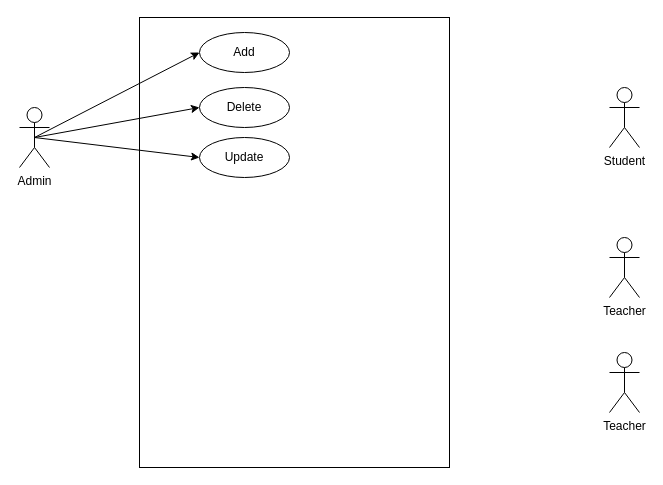
Above: page "Use-case" (2 of 2) of UML/class diagrame.drawio in abdelazizbardich/Application-de-gestion-d-ecole (draw.io), before the change. Source tidied: cells renumbered, new cells numbered last; positions are measured from the earlier drawing's top-left corner, leaving out a move shared by most shapes. Both pictures are drawn from the tidied source at 100%, with x=0, y=0 at pixel (19, 17).
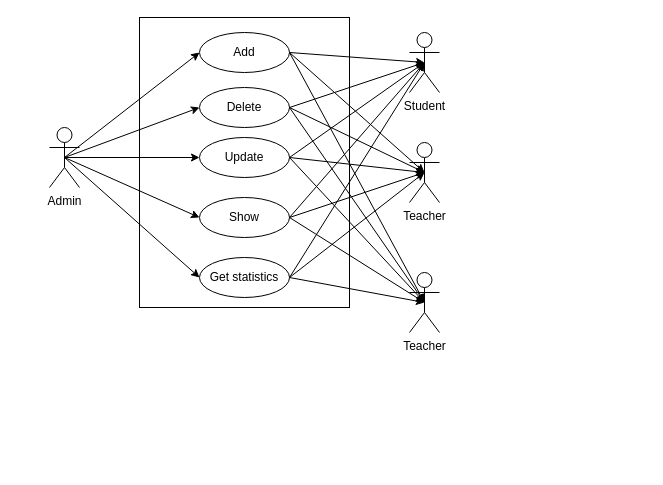
The same diagram, later.

Commit message:
use-case diagram

Unchanged cells that the change refers to:
```xml
<mxCell id="3" value="Add" style="ellipse;whiteSpace=wrap;html=1;" parent="1" vertex="1">
  <mxGeometry x="180" y="15" width="90" height="40" as="geometry" />
</mxCell>
<mxCell id="5" value="Delete" style="ellipse;whiteSpace=wrap;html=1;" parent="1" vertex="1">
  <mxGeometry x="180" y="70" width="90" height="40" as="geometry" />
</mxCell>
<mxCell id="6" value="Update" style="ellipse;whiteSpace=wrap;html=1;" parent="1" vertex="1">
  <mxGeometry x="180" y="120" width="90" height="40" as="geometry" />
</mxCell>
```

Diff of the diagram source:
```diff
@@
     <mxCell id="2" style="rounded=0;whiteSpace=wrap;html=1;fillColor=none;" parent="1" vertex="1">
-      <mxGeometry x="120" width="310" height="450" as="geometry" />
+      <mxGeometry x="120" width="210" height="290" as="geometry" />
     </mxCell>
@@
     <mxCell id="4" value="Admin" style="shape=umlActor;verticalLabelPosition=bottom;verticalAlign=top;html=1;" parent="1" vertex="1">
-      <mxGeometry y="90" width="30" height="60" as="geometry" />
+      <mxGeometry x="30" y="110" width="30" height="60" as="geometry" />
     </mxCell>
@@
-    <mxCell id="9" style="endArrow=classic;html=1;entryX=0;entryY=0.5;entryDx=0;entryDy=0;exitX=0.5;exitY=0.5;exitDx=0;exitDy=0;exitPerimeter=0;" parent="1" edge="1" source="4" target="6">
+    <mxCell id="9" style="endArrow=classic;html=1;entryX=0;entryY=0.5;entryDx=0;entryDy=0;exitX=0.5;exitY=0.5;exitDx=0;exitDy=0;exitPerimeter=0;" parent="1" edge="1" source="4" target="27">
       <mxGeometry relative="1" as="geometry" />
     </mxCell>
     <mxCell id="10" value="Student" style="shape=umlActor;verticalLabelPosition=bottom;verticalAlign=top;html=1;outlineConnect=0;fillColor=none;" parent="1" vertex="1">
-      <mxGeometry x="590" y="70" width="30" height="60" as="geometry" />
+      <mxGeometry x="390" y="15" width="30" height="60" as="geometry" />
     </mxCell>
     <mxCell id="11" value="Teacher" style="shape=umlActor;verticalLabelPosition=bottom;verticalAlign=top;html=1;outlineConnect=0;fillColor=none;" parent="1" vertex="1">
-      <mxGeometry x="590" y="220" width="30" height="60" as="geometry" />
+      <mxGeometry x="390" y="125" width="30" height="60" as="geometry" />
     </mxCell>
     <mxCell id="12" value="Teacher" style="shape=umlActor;verticalLabelPosition=bottom;verticalAlign=top;html=1;outlineConnect=0;fillColor=none;" parent="1" vertex="1">
-      <mxGeometry x="590" y="335" width="30" height="60" as="geometry" />
+      <mxGeometry x="390" y="255" width="30" height="60" as="geometry" />
     </mxCell>
+    <mxCell id="13" style="endArrow=classic;html=1;entryX=0.5;entryY=0.5;entryDx=0;entryDy=0;entryPerimeter=0;exitX=1;exitY=0.5;exitDx=0;exitDy=0;" parent="1" edge="1" source="3" target="10">
+      <mxGeometry relative="1" as="geometry" />
+    </mxCell>
+    <mxCell id="14" style="endArrow=classic;html=1;entryX=0.5;entryY=0.5;entryDx=0;entryDy=0;entryPerimeter=0;exitX=1;exitY=0.5;exitDx=0;exitDy=0;" parent="1" edge="1" source="5" target="10">
+      <mxGeometry relative="1" as="geometry" />
+    </mxCell>
+    <mxCell id="15" style="endArrow=classic;html=1;entryX=0.5;entryY=0.5;entryDx=0;entryDy=0;entryPerimeter=0;exitX=1;exitY=0.5;exitDx=0;exitDy=0;" parent="1" edge="1" source="6" target="10">
+      <mxGeometry relative="1" as="geometry" />
+    </mxCell>
+    <mxCell id="16" style="endArrow=classic;html=1;entryX=0.5;entryY=0.5;entryDx=0;entryDy=0;entryPerimeter=0;exitX=1;exitY=0.5;exitDx=0;exitDy=0;" parent="1" edge="1" source="6" target="11">
+      <mxGeometry relative="1" as="geometry" />
+    </mxCell>
+    <mxCell id="17" style="endArrow=classic;html=1;entryX=0.5;entryY=0.5;entryDx=0;entryDy=0;entryPerimeter=0;exitX=1;exitY=0.5;exitDx=0;exitDy=0;" parent="1" edge="1" source="5" target="11">
+      <mxGeometry relative="1" as="geometry" />
+    </mxCell>
+    <mxCell id="18" style="endArrow=classic;html=1;entryX=0.5;entryY=0.5;entryDx=0;entryDy=0;entryPerimeter=0;exitX=1;exitY=0.5;exitDx=0;exitDy=0;" parent="1" edge="1" source="3" target="11">
+      <mxGeometry relative="1" as="geometry" />
+    </mxCell>
+    <mxCell id="19" style="endArrow=classic;html=1;entryX=0.5;entryY=0.5;entryDx=0;entryDy=0;entryPerimeter=0;exitX=1;exitY=0.5;exitDx=0;exitDy=0;" parent="1" edge="1" source="6" target="12">
+      <mxGeometry relative="1" as="geometry" />
+    </mxCell>
+    <mxCell id="20" style="endArrow=classic;html=1;entryX=0.5;entryY=0.5;entryDx=0;entryDy=0;entryPerimeter=0;exitX=1;exitY=0.5;exitDx=0;exitDy=0;" parent="1" edge="1" source="5" target="12">
+      <mxGeometry relative="1" as="geometry" />
+    </mxCell>
+    <mxCell id="21" style="endArrow=classic;html=1;entryX=0.5;entryY=0.5;entryDx=0;entryDy=0;entryPerimeter=0;exitX=1;exitY=0.5;exitDx=0;exitDy=0;" parent="1" edge="1" source="3" target="12">
+      <mxGeometry relative="1" as="geometry" />
+    </mxCell>
+    <mxCell id="22" value="Show" style="ellipse;whiteSpace=wrap;html=1;" parent="1" vertex="1">
+      <mxGeometry x="180" y="180" width="90" height="40" as="geometry" />
+    </mxCell>
+    <mxCell id="23" style="endArrow=classic;html=1;entryX=0.5;entryY=0.5;entryDx=0;entryDy=0;entryPerimeter=0;exitX=1;exitY=0.5;exitDx=0;exitDy=0;" parent="1" edge="1" source="22" target="12">
+      <mxGeometry relative="1" as="geometry" />
+    </mxCell>
+    <mxCell id="24" style="endArrow=classic;html=1;entryX=0.5;entryY=0.5;entryDx=0;entryDy=0;entryPerimeter=0;exitX=1;exitY=0.5;exitDx=0;exitDy=0;" parent="1" edge="1" source="22" target="11">
+      <mxGeometry relative="1" as="geometry" />
+    </mxCell>
+    <mxCell id="25" style="endArrow=classic;html=1;entryX=0.5;entryY=0.5;entryDx=0;entryDy=0;entryPerimeter=0;exitX=1;exitY=0.5;exitDx=0;exitDy=0;" parent="1" edge="1" source="22" target="10">
+      <mxGeometry relative="1" as="geometry" />
+    </mxCell>
+    <mxCell id="26" style="endArrow=classic;html=1;entryX=0;entryY=0.5;entryDx=0;entryDy=0;exitX=0.5;exitY=0.5;exitDx=0;exitDy=0;exitPerimeter=0;" parent="1" edge="1" source="4" target="6">
+      <mxGeometry relative="1" as="geometry" />
+    </mxCell>
+    <mxCell id="27" value="Get statistics" style="ellipse;whiteSpace=wrap;html=1;" parent="1" vertex="1">
+      <mxGeometry x="180" y="240" width="90" height="40" as="geometry" />
+    </mxCell>
+    <mxCell id="28" style="endArrow=classic;html=1;entryX=0.5;entryY=0.5;entryDx=0;entryDy=0;entryPerimeter=0;exitX=1;exitY=0.5;exitDx=0;exitDy=0;" parent="1" edge="1" source="27" target="10">
+      <mxGeometry relative="1" as="geometry" />
+    </mxCell>
+    <mxCell id="29" style="endArrow=classic;html=1;entryX=0.5;entryY=0.5;entryDx=0;entryDy=0;entryPerimeter=0;exitX=1;exitY=0.5;exitDx=0;exitDy=0;" parent="1" edge="1" source="27" target="11">
+      <mxGeometry relative="1" as="geometry" />
+    </mxCell>
+    <mxCell id="30" style="endArrow=classic;html=1;entryX=0.5;entryY=0.5;entryDx=0;entryDy=0;entryPerimeter=0;exitX=1;exitY=0.5;exitDx=0;exitDy=0;" parent="1" edge="1" source="27" target="12">
+      <mxGeometry relative="1" as="geometry" />
+    </mxCell>
+    <mxCell id="31" style="endArrow=classic;html=1;entryX=0;entryY=0.5;entryDx=0;entryDy=0;exitX=0.5;exitY=0.5;exitDx=0;exitDy=0;exitPerimeter=0;" parent="1" edge="1" source="4" target="22">
+      <mxGeometry relative="1" as="geometry" />
+    </mxCell>
```
